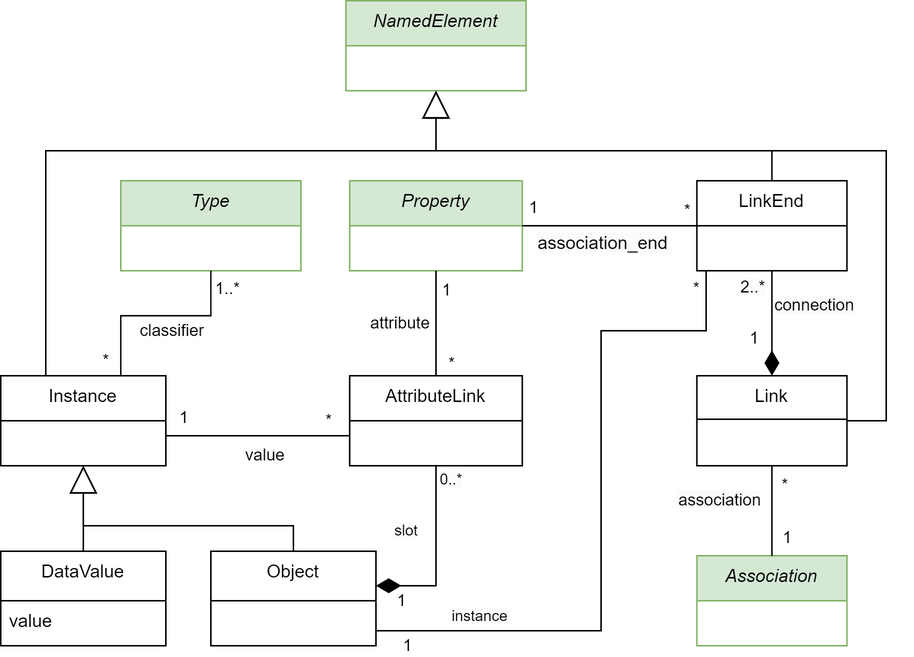
The draw.io diagram docs/source/img/object_mm.png in BESSER-PEARL/BESSER, before a commit. Source tidied: cells renumbered, new cells last; positions are measured from the earlier drawing's top-left corner, leaving out a move shared by most shapes.
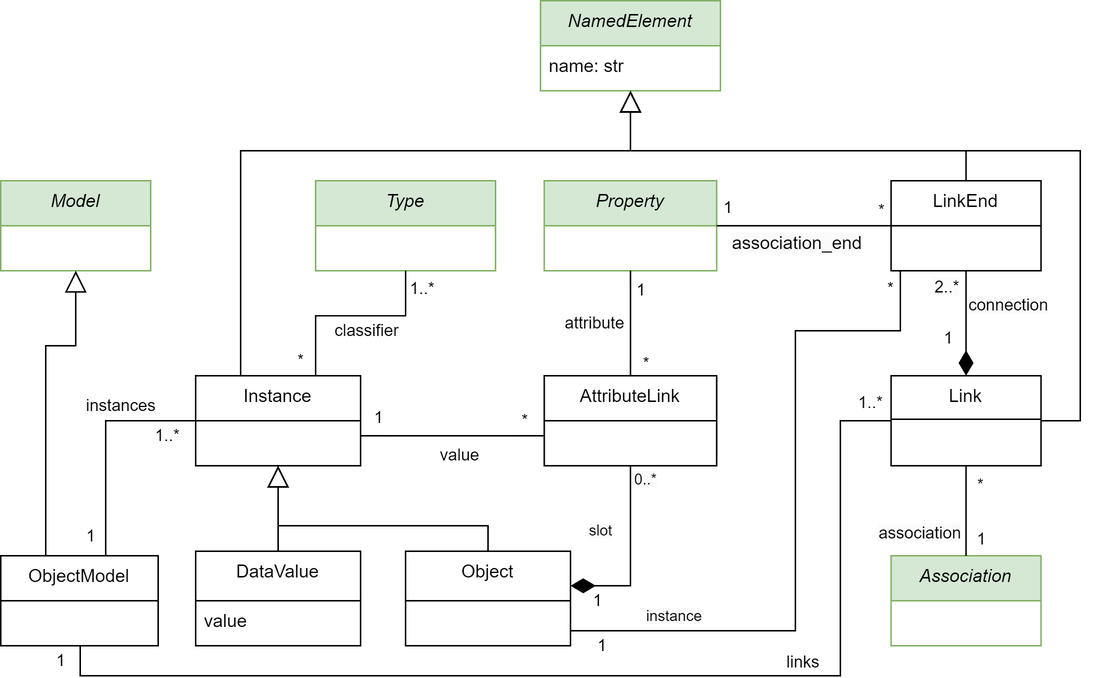
The same diagram one commit later.

The edit, as a diff of the source:
```diff
@@ -5,6 +5,9 @@
     <mxCell id="2" value="NamedElement" style="swimlane;fontStyle=2;align=center;verticalAlign=top;horizontal=1;startSize=30;rounded=0;shadow=0;strokeWidth=1;fillColor=#d5e8d4;strokeColor=#82b366;" parent="1" vertex="1">
       <mxGeometry x="230" width="120" height="60" as="geometry" />
     </mxCell>
+    <mxCell id="50" value="name: str" style="text;strokeColor=none;fillColor=none;align=left;verticalAlign=top;spacingLeft=4;spacingRight=4;overflow=hidden;whiteSpace=wrap;html=1;" parent="2" vertex="1">
+      <mxGeometry y="30" width="120" height="26" as="geometry" />
+    </mxCell>
     <mxCell id="3" value="Instance" style="swimlane;fontStyle=0;align=center;verticalAlign=top;horizontal=1;startSize=30;rounded=0;shadow=0;strokeWidth=1;" parent="1" vertex="1">
       <mxGeometry y="250" width="110" height="60" as="geometry" />
     </mxCell>
@@ -63,7 +66,7 @@
         <mxPoint x="4" y="9" as="offset" />
       </mxGeometry>
     </mxCell>
-    <mxCell id="15" style="endArrow=block;endSize=16;endFill=0;html=1;rounded=0;edgeStyle=orthogonalEdgeStyle;" parent="1" edge="1" source="3" target="2">
+    <mxCell id="15" style="endArrow=block;endSize=12;endFill=0;html=1;rounded=0;edgeStyle=orthogonalEdgeStyle;" parent="1" edge="1" source="3" target="2">
       <mxGeometry relative="1" as="geometry">
         <Array as="points">
           <mxPoint x="30" y="100" />
@@ -99,7 +102,7 @@
     <mxCell id="21" value="value" style="text;strokeColor=none;fillColor=none;align=left;verticalAlign=top;spacingLeft=4;spacingRight=4;overflow=hidden;whiteSpace=wrap;html=1;" parent="20" vertex="1">
       <mxGeometry y="33" width="110" height="26" as="geometry" />
     </mxCell>
-    <mxCell id="22" style="endArrow=block;endSize=16;endFill=0;html=1;rounded=0;edgeStyle=orthogonalEdgeStyle;" parent="1" edge="1" source="20" target="3">
+    <mxCell id="22" style="endArrow=block;endSize=12;endFill=0;html=1;rounded=0;edgeStyle=orthogonalEdgeStyle;" parent="1" edge="1" source="20" target="3">
       <mxGeometry relative="1" as="geometry">
         <Array as="points">
           <mxPoint x="55" y="330" />
@@ -157,7 +160,7 @@
     </mxCell>
     <mxCell id="33" value="&lt;span style=&quot;background-color: rgb(251, 251, 251);&quot;&gt;association&lt;/span&gt;" style="edgeLabel;html=1;align=center;verticalAlign=middle;" parent="31" vertex="1">
       <mxGeometry x="-0.17" relative="1" as="geometry">
-        <mxPoint x="-35" y="-12" as="offset" />
+        <mxPoint x="-31" y="9" as="offset" />
       </mxGeometry>
     </mxCell>
     <mxCell id="34" value="1" style="edgeLabel;html=1;align=center;verticalAlign=middle;" parent="31" vertex="1">
@@ -210,7 +213,7 @@
         <mxPoint x="-5" y="-12" as="offset" />
       </mxGeometry>
     </mxCell>
-    <mxCell id="43" style="endArrow=block;endSize=16;endFill=0;html=1;rounded=0;edgeStyle=orthogonalEdgeStyle;" parent="1" edge="1" source="28" target="2">
+    <mxCell id="43" style="endArrow=block;endSize=12;endFill=0;html=1;rounded=0;edgeStyle=orthogonalEdgeStyle;" parent="1" edge="1" source="28" target="2">
       <mxGeometry relative="1" as="geometry">
         <Array as="points">
           <mxPoint x="590" y="280" />
@@ -219,7 +222,7 @@
         </Array>
       </mxGeometry>
     </mxCell>
-    <mxCell id="44" style="endArrow=block;endSize=16;endFill=0;html=1;rounded=0;edgeStyle=orthogonalEdgeStyle;" parent="1" edge="1" source="29" target="2">
+    <mxCell id="44" style="endArrow=block;endSize=12;endFill=0;html=1;rounded=0;edgeStyle=orthogonalEdgeStyle;" parent="1" edge="1" source="29" target="2">
       <mxGeometry relative="1" as="geometry">
         <Array as="points">
           <mxPoint x="514" y="100" />
@@ -251,7 +254,7 @@
         <mxPoint x="-19" y="9" as="offset" />
       </mxGeometry>
     </mxCell>
-    <mxCell id="49" style="endArrow=block;endSize=16;endFill=0;html=1;rounded=0;edgeStyle=orthogonalEdgeStyle;" parent="1" edge="1" source="6" target="3">
+    <mxCell id="49" style="endArrow=block;endSize=12;endFill=0;html=1;rounded=0;edgeStyle=orthogonalEdgeStyle;" parent="1" edge="1" source="6" target="3">
       <mxGeometry relative="1" as="geometry">
         <Array as="points">
           <mxPoint x="195" y="350" />
@@ -259,5 +262,65 @@
         </Array>
       </mxGeometry>
     </mxCell>
+    <mxCell id="51" value="Model" style="swimlane;fontStyle=2;align=center;verticalAlign=top;horizontal=1;startSize=30;rounded=0;shadow=0;strokeWidth=1;fillColor=#d5e8d4;strokeColor=#82b366;" parent="1" vertex="1">
+      <mxGeometry x="-130" y="120" width="100" height="60" as="geometry" />
+    </mxCell>
+    <mxCell id="52" value="ObjectModel" style="swimlane;fontStyle=0;align=center;verticalAlign=top;horizontal=1;startSize=30;rounded=0;shadow=0;strokeWidth=1;" parent="1" vertex="1">
+      <mxGeometry x="-130" y="370" width="105" height="60" as="geometry" />
+    </mxCell>
+    <mxCell id="53" style="endArrow=block;endSize=12;endFill=0;html=1;rounded=0;edgeStyle=orthogonalEdgeStyle;" parent="1" edge="1" source="52" target="51">
+      <mxGeometry relative="1" as="geometry">
+        <Array as="points">
+          <mxPoint x="-100" y="230" />
+          <mxPoint x="-80" y="230" />
+        </Array>
+      </mxGeometry>
+    </mxCell>
+    <mxCell id="54" style="edgeStyle=orthogonalEdgeStyle;rounded=0;jettySize=auto;html=1;endArrow=none;endFill=0;" parent="1" edge="1" source="3" target="52">
+      <mxGeometry relative="1" as="geometry">
+        <Array as="points">
+          <mxPoint x="-60" y="280" />
+        </Array>
+      </mxGeometry>
+    </mxCell>
+    <mxCell id="55" value="1" style="edgeLabel;html=1;align=center;verticalAlign=middle;" parent="54" vertex="1">
+      <mxGeometry x="0.68" y="-1" relative="1" as="geometry">
+        <mxPoint x="-9" y="10" as="offset" />
+      </mxGeometry>
+    </mxCell>
+    <mxCell id="56" value="1..*" style="edgeLabel;html=1;align=center;verticalAlign=middle;" parent="54" vertex="1">
+      <mxGeometry x="-0.75" y="-1" relative="1" as="geometry">
+        <mxPoint x="-1" y="11" as="offset" />
+      </mxGeometry>
+    </mxCell>
+    <mxCell id="57" value="instances" style="edgeLabel;html=1;align=center;verticalAlign=middle;" parent="54" vertex="1">
+      <mxGeometry x="-0.08" y="1" relative="1" as="geometry">
+        <mxPoint x="9" y="-19" as="offset" />
+      </mxGeometry>
+    </mxCell>
+    <mxCell id="58" style="edgeStyle=orthogonalEdgeStyle;rounded=0;jettySize=auto;html=1;endArrow=none;endFill=0;" parent="1" edge="1" source="28" target="52">
+      <mxGeometry relative="1" as="geometry">
+        <Array as="points">
+          <mxPoint x="430" y="280" />
+          <mxPoint x="430" y="450" />
+          <mxPoint x="-77" y="450" />
+        </Array>
+      </mxGeometry>
+    </mxCell>
+    <mxCell id="59" value="1" style="edgeLabel;html=1;align=center;verticalAlign=middle;" parent="58" vertex="1">
+      <mxGeometry x="0.68" y="-1" relative="1" as="geometry">
+        <mxPoint x="-109" y="-9" as="offset" />
+      </mxGeometry>
+    </mxCell>
+    <mxCell id="60" value="1..*" style="edgeLabel;html=1;align=center;verticalAlign=middle;" parent="58" vertex="1">
+      <mxGeometry x="-0.75" y="-1" relative="1" as="geometry">
+        <mxPoint x="21" y="-71" as="offset" />
+      </mxGeometry>
+    </mxCell>
+    <mxCell id="61" value="links" style="edgeLabel;html=1;align=center;verticalAlign=middle;" parent="58" vertex="1">
+      <mxGeometry x="-0.08" y="1" relative="1" as="geometry">
+        <mxPoint x="107" y="-10" as="offset" />
+      </mxGeometry>
+    </mxCell>
   </root>
 </mxGraphModel>
```
